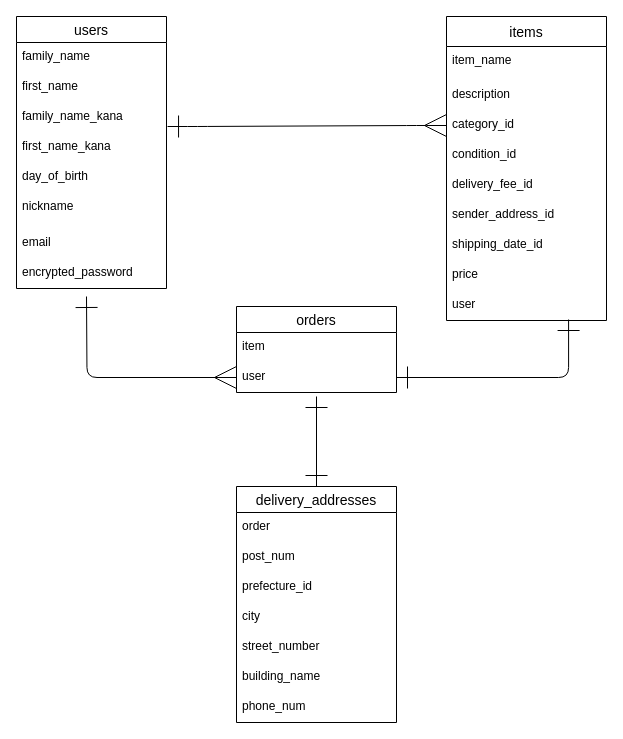
The draw.io diagram ER.dio in kawabataY/furima-39403, before the edit. Source tidied: cells renumbered, new cells numbered last; positions are measured from the earlier drawing's top-left corner, leaving out a move shared by most shapes. Both pictures are drawn from the tidied source at 100%, with x=0, y=0 at pixel (16, 16).
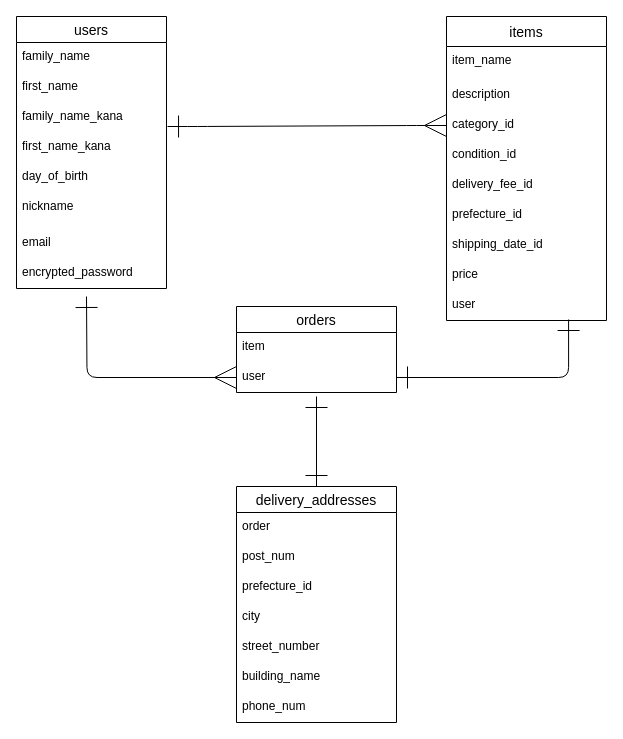
Above is the later version.

Commit message (it also covers changes not shown here):
データベース設計修正_4

The change refers to these unchanged cells:
```xml
<mxCell id="11" value="items" style="swimlane;fontStyle=0;horizontal=1;startSize=30;align=center;fontSize=14;" parent="1" vertex="1">
  <mxGeometry x="430" width="160" height="304" as="geometry" />
</mxCell>
```

Change to the diagram source:
```diff
@@
-    <mxCell id="17" value="sender_address_id" style="text;strokeColor=none;fillColor=none;spacingLeft=4;spacingRight=4;overflow=hidden;fontSize=12;" parent="11" vertex="1">
+    <mxCell id="17" value="prefecture_id" style="text;strokeColor=none;fillColor=none;spacingLeft=4;spacingRight=4;overflow=hidden;fontSize=12;" parent="11" vertex="1">
       <mxGeometry y="184" width="160" height="30" as="geometry" />
     </mxCell>
```
